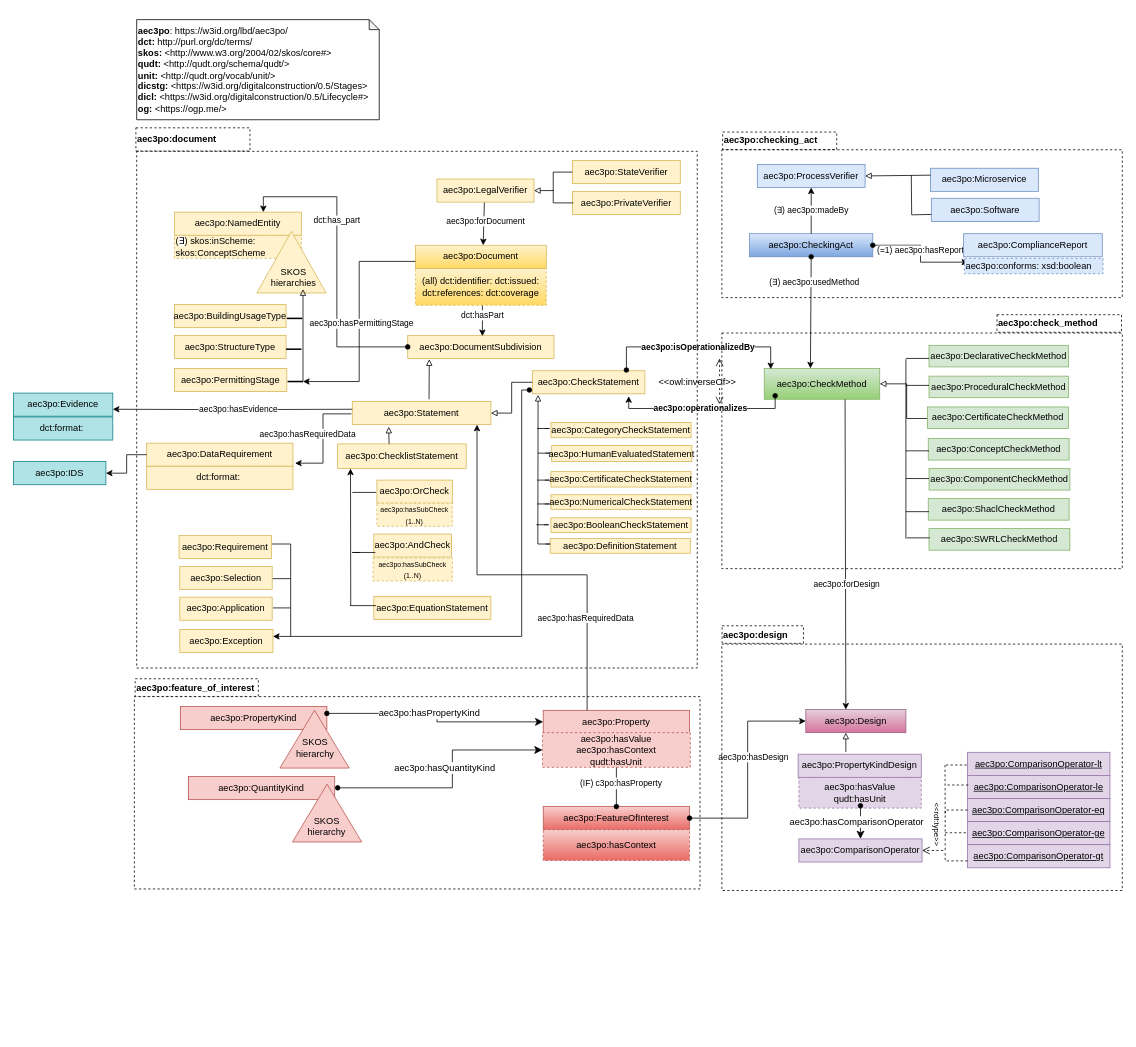
Above: page "aec3po_v1.0.0_Modules" (18 of 48) of src/aec3po.drawio in Accord-Project/aec3po (draw.io), before the change. Source tidied: cells renumbered, new cells numbered last; positions are measured from the earlier drawing's top-left corner, leaving out a move shared by most shapes. Both pictures are drawn from the tidied source at 77%, with x=0, y=0 at pixel (13, 13).
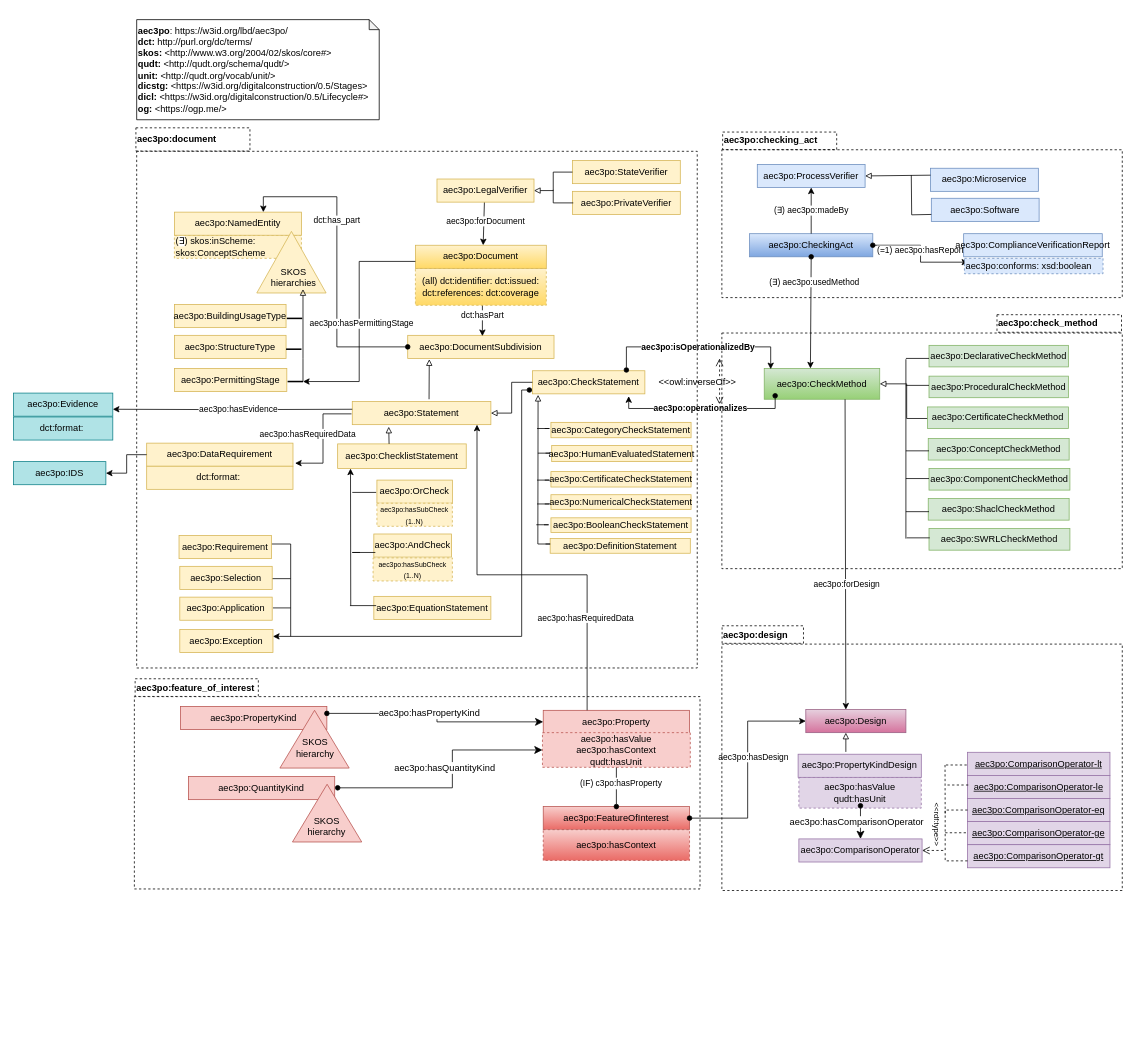
The same diagram, later.

Commit message (it also covers changes not shown here):
compliancereport -> complianceverificationreport

The edit, as a diff of the source:
```diff
@@
-    <mxCell id="28" value="aec3po:ComplianceReport" style="rounded=0;whiteSpace=wrap;html=1;snapToPoint=1;points=[[0.1,0],[0.2,0],[0.3,0],[0.4,0],[0.5,0],[0.6,0],[0.7,0],[0.8,0],[0.9,0],[0,0.1],[0,0.3],[0,0.5],[0,0.7],[0,0.9],[0.1,1],[0.2,1],[0.3,1],[0.4,1],[0.5,1],[0.6,1],[0.7,1],[0.8,1],[0.9,1],[1,0.1],[1,0.3],[1,0.5],[1,0.7],[1,0.9]];fillColor=#dae8fc;strokeColor=#6c8ebf;" parent="1" vertex="1">
+    <mxCell id="28" value="aec3po:ComplianceVerificationReport" style="rounded=0;whiteSpace=wrap;html=1;snapToPoint=1;points=[[0.1,0],[0.2,0],[0.3,0],[0.4,0],[0.5,0],[0.6,0],[0.7,0],[0.8,0],[0.9,0],[0,0.1],[0,0.3],[0,0.5],[0,0.7],[0,0.9],[0.1,1],[0.2,1],[0.3,1],[0.4,1],[0.5,1],[0.6,1],[0.7,1],[0.8,1],[0.9,1],[1,0.1],[1,0.3],[1,0.5],[1,0.7],[1,0.9]];fillColor=#dae8fc;strokeColor=#6c8ebf;" parent="1" vertex="1">
       <mxGeometry x="1234" y="286" width="180" height="30" as="geometry" />
     </mxCell>
```
